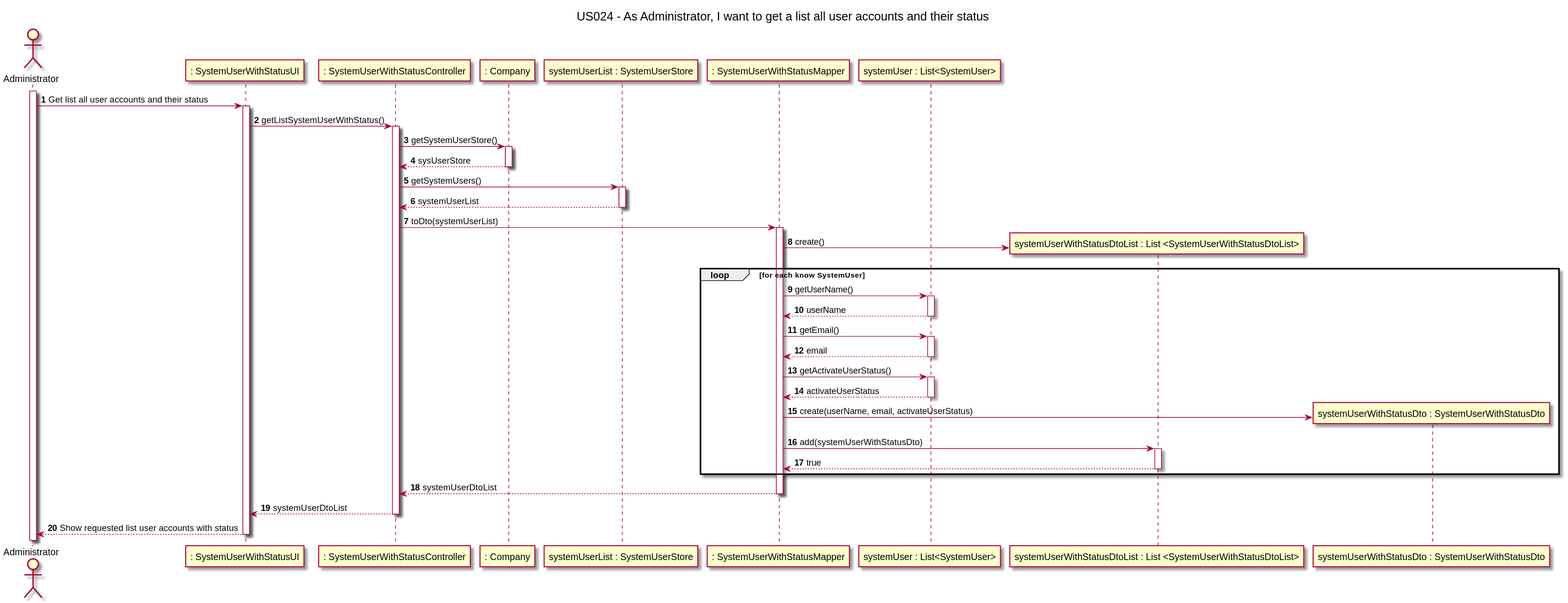
This is docs/Sprint3/US024/US024-SD.svg from nunogon1211787/projectManagement, a PlantUML export, as it was before one commit. Its diagram source:
```plantuml
@startuml

title US024 - As Administrator, I want to get a list all user accounts and their status

autoactivate on
autonumber

actor "Administrator" as User
participant ": SystemUserWithStatusUI" as System
participant ": SystemUserWithStatusController" as Ctrl
participant ": Company" as C1
participant "systemUserList : SystemUserStore" as C2
participant ": SystemUserWithStatusMapper" as C3
participant "systemUser : List<SystemUser>" as C4
participant "systemUserWithStatusDtoList : List <SystemUserWithStatusDtoList>" as C5
participant "systemUserWithStatusDto : SystemUserWithStatusDto" as C6




activate User

User -> System: Get list all user accounts and their status
System -> Ctrl: getListSystemUserWithStatus()
Ctrl-> C1 : getSystemUserStore()
C1--> Ctrl : sysUserStore
Ctrl->C2 : getSystemUsers()

C2-->Ctrl : systemUserList
Ctrl->C3 :toDto(systemUserList)

C3->C5 **: create()
 loop for each know SystemUser
C3->C4 : getUserName()
C4-->C3 : userName
C3->C4 : getEmail()
C4-->C3 : email
C3->C4 : getActivateUserStatus()
C4-->C3 : activateUserStatus
C3-> C6 ** : create(userName, email, activateUserStatus)
C3->C5 : add(systemUserWithStatusDto)
C5-->C3 : true
end
C3-->Ctrl: systemUserDtoList
Ctrl-->System : systemUserDtoList
System-->User : Show requested list user accounts with status

@enduml
```
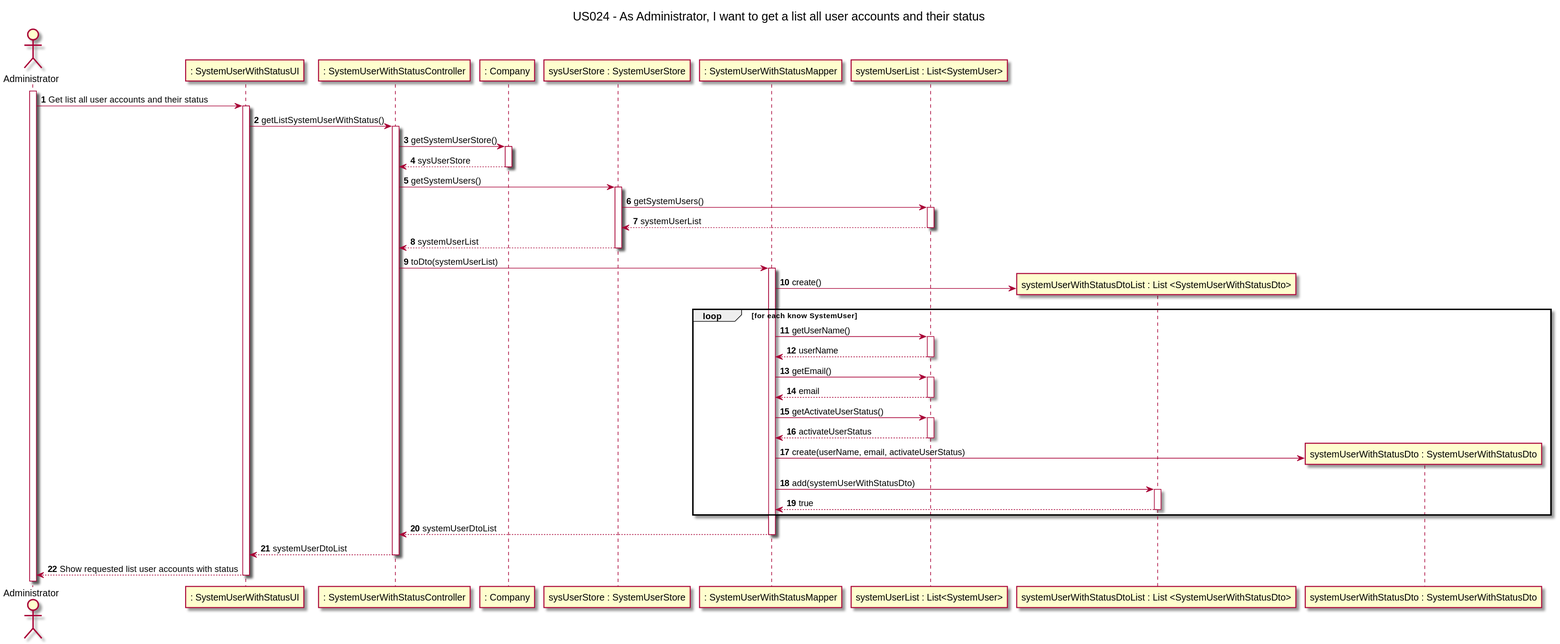
The same file after the commit.

Diff of the diagram source:
```diff
@@ -9,10 +9,10 @@
 participant ": SystemUserWithStatusUI" as System
 participant ": SystemUserWithStatusController" as Ctrl
 participant ": Company" as C1
-participant "systemUserList : SystemUserStore" as C2
+participant "sysUserStore : SystemUserStore" as C2
 participant ": SystemUserWithStatusMapper" as C3
-participant "systemUser : List<SystemUser>" as C4
-participant "systemUserWithStatusDtoList : List <SystemUserWithStatusDtoList>" as C5
+participant "systemUserList : List<SystemUser>" as C4
+participant "systemUserWithStatusDtoList : List <SystemUserWithStatusDto>" as C5
 participant "systemUserWithStatusDto : SystemUserWithStatusDto" as C6
 
 
@@ -25,8 +25,11 @@
 Ctrl-> C1 : getSystemUserStore()
 C1--> Ctrl : sysUserStore
 Ctrl->C2 : getSystemUsers()
+C2->C4 : getSystemUsers()
 
+C4-->C2 : systemUserList
 C2-->Ctrl : systemUserList
+
 Ctrl->C3 :toDto(systemUserList)
 
 C3->C5 **: create()
```
